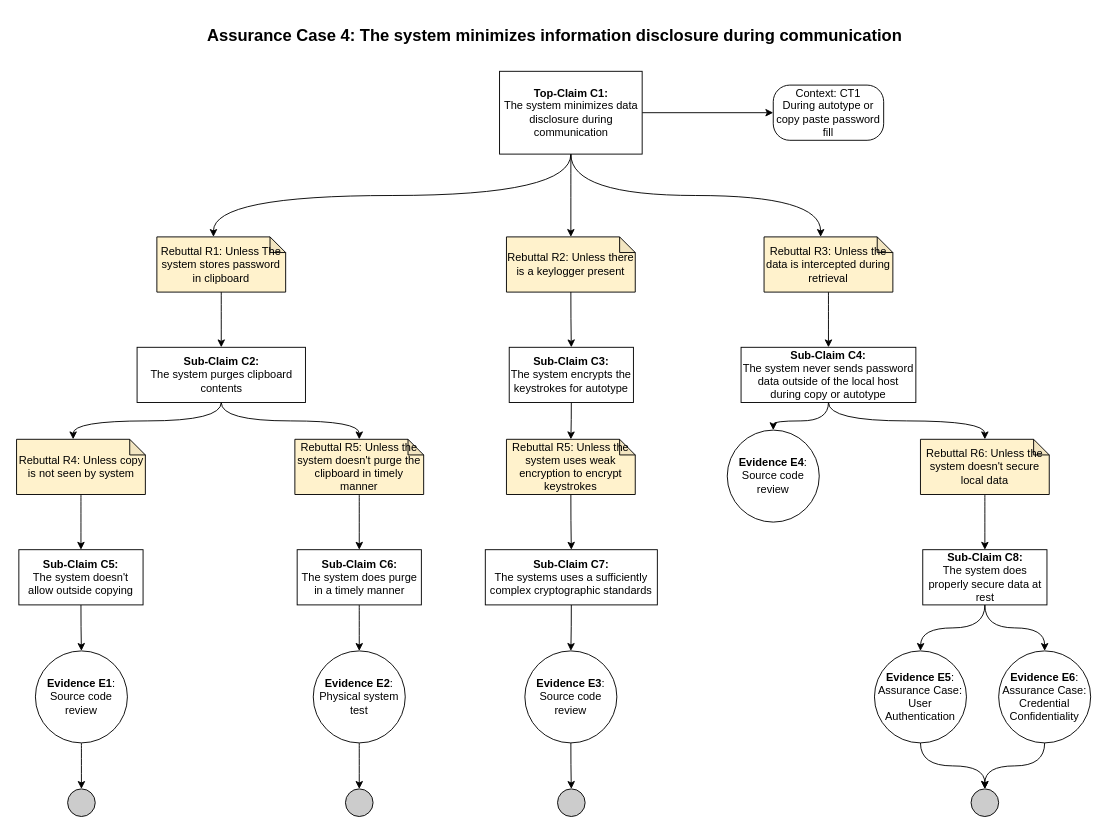
Above: AssuranceCases/Comms_Disclosure/AssuranceCase4V2.drawio in JCKelley-CYBR/CYBR-8420-SoftwareAssurance (draw.io), before the change. Source tidied: cells renumbered, new cells numbered last; positions are measured from the earlier drawing's top-left corner, leaving out a move shared by most shapes. Both pictures are drawn from the tidied source at 92%, with x=0, y=0 at pixel (17, 25).
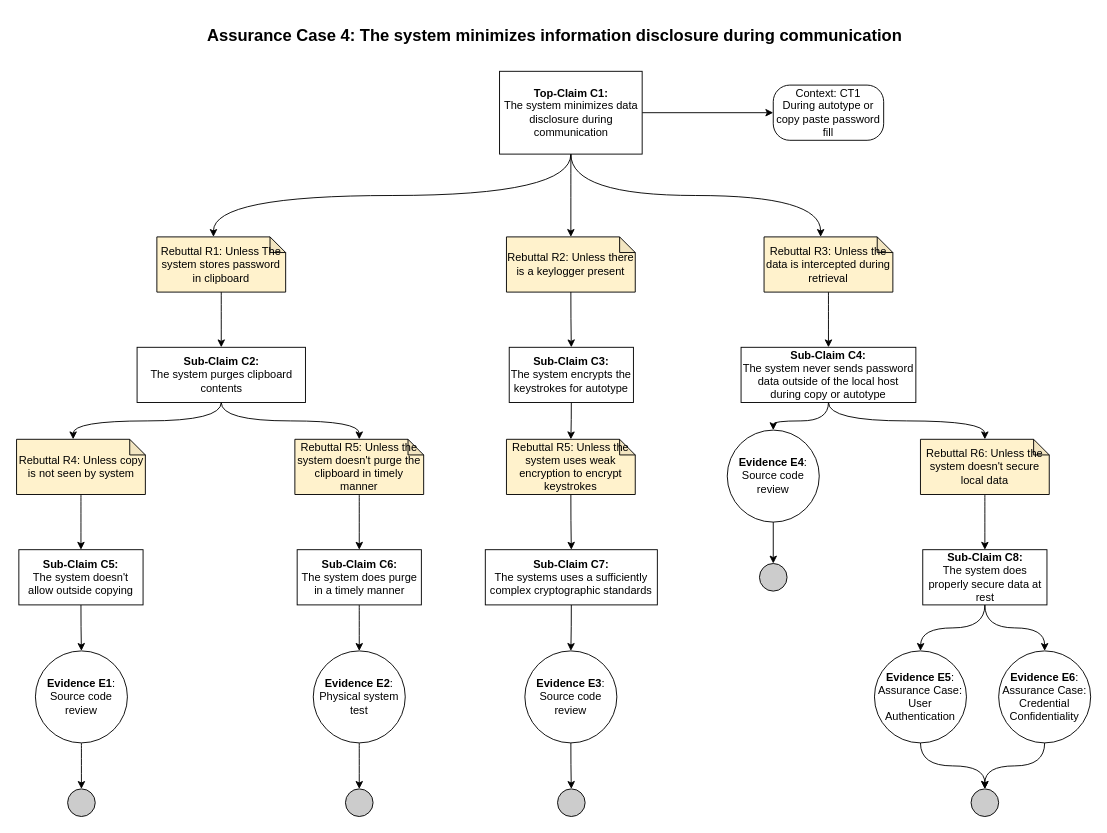
After the change.

Commit message (it also covers changes not shown here):
updated error in diagram

The change refers to these unchanged cells:
```xml
<mxCell id="54" value="&lt;b&gt;Evidence E4&lt;/b&gt;: Source code review" style="ellipse;whiteSpace=wrap;html=1;fillColor=#ffffff;rounded=0;" parent="1" vertex="1">
  <mxGeometry x="772" y="440" width="100" height="100" as="geometry" />
</mxCell>
```

Diff of the diagram source:
```diff
@@
+    <mxCell id="55" style="edgeStyle=orthogonalEdgeStyle;rounded=0;jettySize=auto;html=1;exitX=0.5;exitY=1;exitDx=0;exitDy=0;entryX=0;entryY=0.5;entryDx=0;entryDy=0;" parent="1" edge="1" source="54" target="56">
+      <mxGeometry relative="1" as="geometry" />
+    </mxCell>
@@
+    <mxCell id="56" style="ellipse;whiteSpace=wrap;html=1;fillColor=#CCCCCC;direction=south;" parent="1" vertex="1">
+      <mxGeometry x="807" y="585" width="30" height="30" as="geometry" />
+    </mxCell>
```
